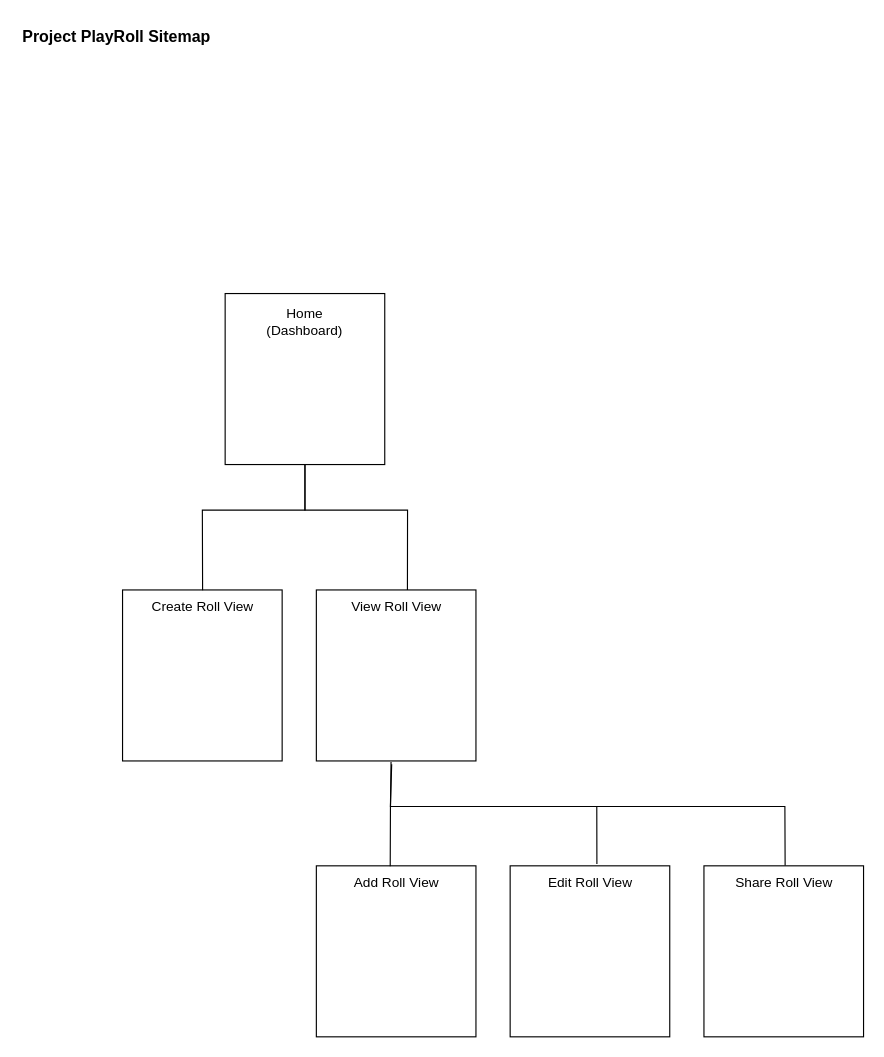
Before: sitemap_sprint1.drawio in FlintSable/Playroll, a draw.io diagram. Source tidied: cells renumbered, new cells numbered last; positions are measured from the earlier drawing's top-left corner, leaving out a move shared by most shapes. Both pictures are drawn from the tidied source at 114%, with x=0, y=0 at pixel (19, 19).
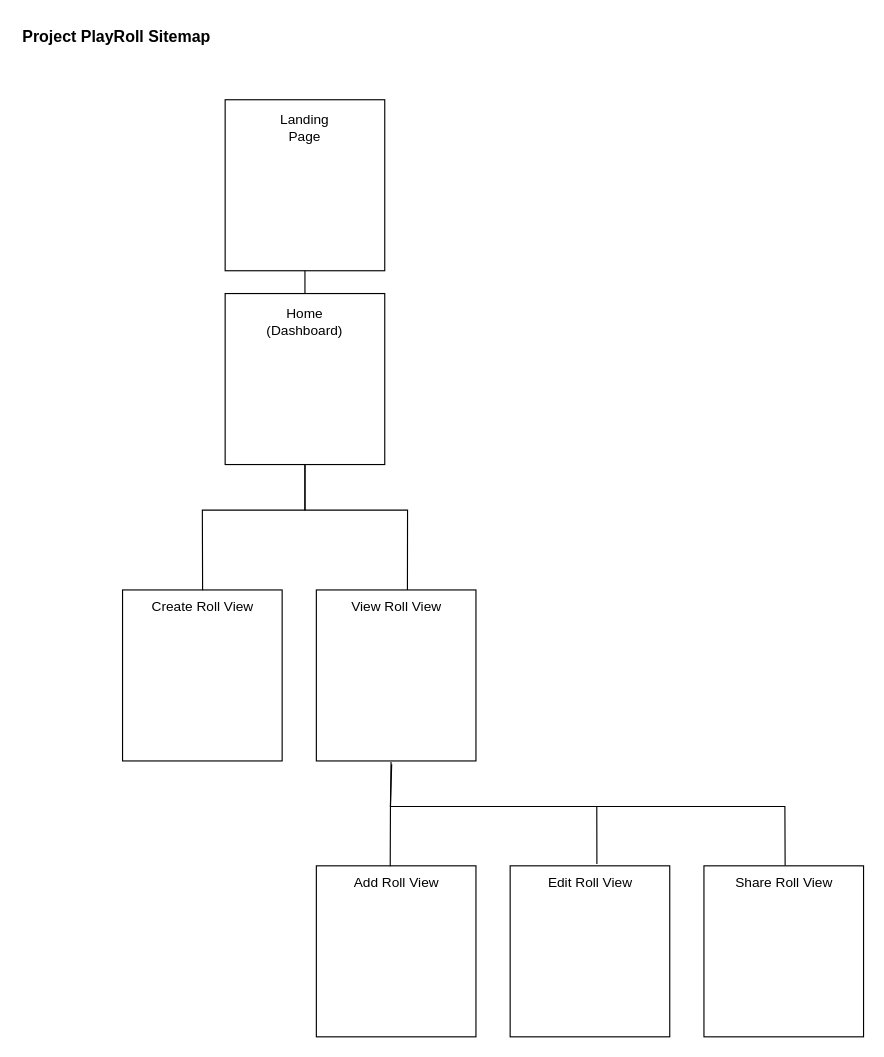
Above is the later version.

Commit message:
adding landing page

The change refers to these unchanged cells:
```xml
<mxCell id="2" style="rounded=0;whiteSpace=wrap;html=1;" parent="1" vertex="1">
  <mxGeometry x="180" y="240" width="140" height="150" as="geometry" />
</mxCell>
```

Diff of the diagram source:
```diff
@@
+    <mxCell id="20" style="rounded=0;whiteSpace=wrap;html=1;" parent="1" vertex="1">
+      <mxGeometry x="180" y="70" width="140" height="150" as="geometry" />
+    </mxCell>
+    <mxCell id="21" value="Landing Page" style="text;html=1;align=center;verticalAlign=middle;whiteSpace=wrap;rounded=0;" parent="1" vertex="1">
+      <mxGeometry x="220" y="80" width="60" height="30" as="geometry" />
+    </mxCell>
+    <mxCell id="22" style="endArrow=none;html=1;rounded=0;entryX=0.5;entryY=1;entryDx=0;entryDy=0;exitX=0.5;exitY=0;exitDx=0;exitDy=0;" parent="1" edge="1" source="2" target="20">
+      <mxGeometry relative="1" as="geometry" />
+    </mxCell>
```
